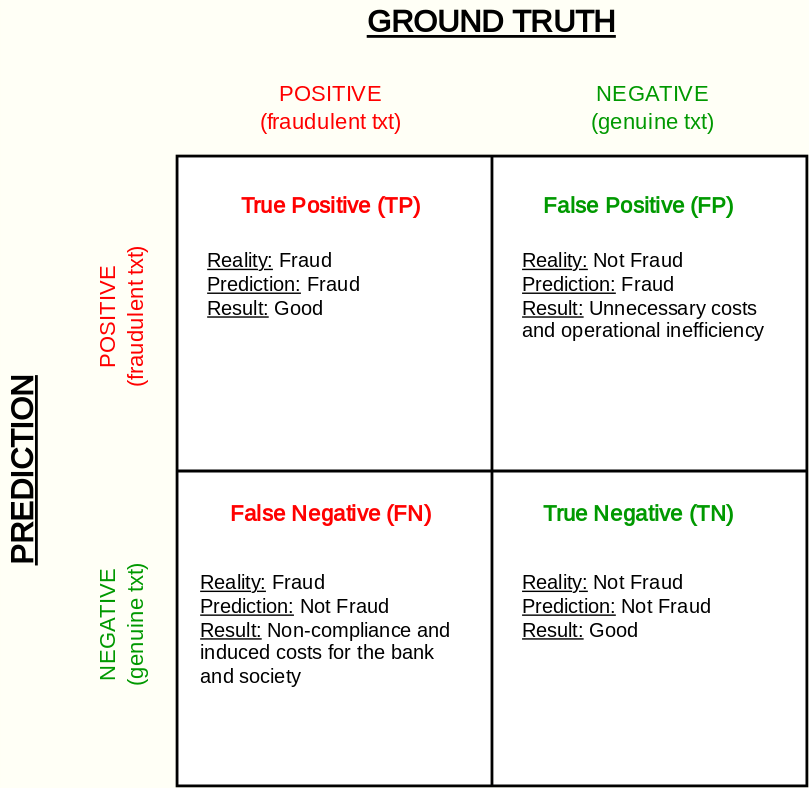
The draw.io diagram img/posts/2025/2025-05-08/confusion-matrix.svg in cesarsotovalero/cesarsotovalero.github.io, before a commit. Source tidied: cells renumbered, new cells last; positions are measured from the earlier drawing's top-left corner, leaving out a move shared by most shapes. The source it was exported from:
```xml
<mxGraphModel background="#FFFFF6">
  <root>
    <mxCell id="0" />
    <mxCell id="1" parent="0" />
    <mxCell id="2" style="rounded=0;whiteSpace=wrap;html=1;fontFamily=Architects Daughter;fontSource=https%3A%2F%2Ffonts.googleapis.com%2Fcss%3Ffamily%3DArchitects%2BDaughter;strokeWidth=2;" parent="1" vertex="1">
      <mxGeometry x="220" y="110" width="450" height="450" as="geometry" />
    </mxCell>
    <mxCell id="3" style="edgeStyle=none;orthogonalLoop=1;jettySize=auto;html=1;rounded=0;fontFamily=Architects Daughter;fontSource=https%3A%2F%2Ffonts.googleapis.com%2Fcss%3Ffamily%3DArchitects%2BDaughter;fontSize=16;startSize=14;endArrow=none;endSize=14;sourcePerimeterSpacing=8;targetPerimeterSpacing=8;curved=1;startFill=0;entryX=0.5;entryY=0;entryDx=0;entryDy=0;exitX=0.5;exitY=1;exitDx=0;exitDy=0;strokeWidth=2;" parent="1" edge="1" source="2" target="2">
      <mxGeometry relative="1" as="geometry" />
    </mxCell>
    <mxCell id="4" style="edgeStyle=none;orthogonalLoop=1;jettySize=auto;html=1;rounded=0;fontFamily=Architects Daughter;fontSource=https%3A%2F%2Ffonts.googleapis.com%2Fcss%3Ffamily%3DArchitects%2BDaughter;fontSize=16;startSize=14;endArrow=none;endSize=14;sourcePerimeterSpacing=8;targetPerimeterSpacing=8;curved=1;startFill=0;entryX=0;entryY=0.5;entryDx=0;entryDy=0;exitX=1;exitY=0.5;exitDx=0;exitDy=0;strokeWidth=2;" parent="1" edge="1" source="2" target="2">
      <mxGeometry relative="1" as="geometry" />
    </mxCell>
    <mxCell id="5" value="&lt;b&gt;True Positive (TP)&lt;/b&gt;" style="text;strokeColor=none;fillColor=none;html=1;align=center;verticalAlign=middle;whiteSpace=wrap;rounded=0;fontSize=16;fontFamily=Architects Daughter;fontSource=https%3A%2F%2Ffonts.googleapis.com%2Fcss%3Ffamily%3DArchitects%2BDaughter;fontColor=#FF0000;" parent="1" vertex="1">
      <mxGeometry x="220" y="130" width="220" height="30" as="geometry" />
    </mxCell>
    <mxCell id="6" value="&lt;b&gt;False Positive (FP)&lt;/b&gt;" style="text;strokeColor=none;fillColor=none;html=1;align=center;verticalAlign=middle;whiteSpace=wrap;rounded=0;fontSize=16;fontFamily=Architects Daughter;fontSource=https%3A%2F%2Ffonts.googleapis.com%2Fcss%3Ffamily%3DArchitects%2BDaughter;fontColor=#009900;" parent="1" vertex="1">
      <mxGeometry x="440" y="130" width="220" height="30" as="geometry" />
    </mxCell>
    <mxCell id="7" value="&lt;b&gt;False Negative (FN)&lt;/b&gt;" style="text;strokeColor=none;fillColor=none;html=1;align=center;verticalAlign=middle;whiteSpace=wrap;rounded=0;fontSize=16;fontFamily=Architects Daughter;fontSource=https%3A%2F%2Ffonts.googleapis.com%2Fcss%3Ffamily%3DArchitects%2BDaughter;fontColor=#FF0000;" parent="1" vertex="1">
      <mxGeometry x="220" y="350" width="220" height="30" as="geometry" />
    </mxCell>
    <mxCell id="8" value="&lt;b&gt;True Negative (TN)&lt;/b&gt;" style="text;strokeColor=none;fillColor=none;html=1;align=center;verticalAlign=middle;whiteSpace=wrap;rounded=0;fontSize=16;fontFamily=Architects Daughter;fontSource=https%3A%2F%2Ffonts.googleapis.com%2Fcss%3Ffamily%3DArchitects%2BDaughter;fontColor=#009900;" parent="1" vertex="1">
      <mxGeometry x="440" y="350" width="220" height="30" as="geometry" />
    </mxCell>
    <mxCell id="9" value="&lt;b&gt;GROUND TRUTH&lt;/b&gt;" style="text;strokeColor=none;fillColor=none;html=1;align=center;verticalAlign=middle;whiteSpace=wrap;rounded=0;fontSize=22;fontFamily=Architects Daughter;fontSource=https%3A%2F%2Ffonts.googleapis.com%2Fcss%3Ffamily%3DArchitects%2BDaughter;fontStyle=4;" parent="1" vertex="1">
      <mxGeometry x="335" width="220" height="30" as="geometry" />
    </mxCell>
    <mxCell id="10" value="&lt;b&gt;PREDICTION&lt;/b&gt;" style="text;strokeColor=none;fillColor=none;html=1;align=center;verticalAlign=middle;whiteSpace=wrap;rounded=0;fontSize=22;fontFamily=Architects Daughter;fontSource=https%3A%2F%2Ffonts.googleapis.com%2Fcss%3Ffamily%3DArchitects%2BDaughter;rotation=-90;fontStyle=4;" parent="1" vertex="1">
      <mxGeometry y="320" width="220" height="30" as="geometry" />
    </mxCell>
    <mxCell id="11" value="&lt;div&gt;&lt;span&gt;POSITIVE&lt;/span&gt;&lt;/div&gt;&lt;div&gt;&lt;span&gt;(fraudulent txt)&lt;/span&gt;&lt;/div&gt;" style="text;strokeColor=none;fillColor=none;html=1;align=center;verticalAlign=middle;whiteSpace=wrap;rounded=0;fontSize=16;fontFamily=Architects Daughter;fontSource=https%3A%2F%2Ffonts.googleapis.com%2Fcss%3Ffamily%3DArchitects%2BDaughter;fontStyle=0;fontColor=#FF0000;" parent="1" vertex="1">
      <mxGeometry x="220" y="60" width="220" height="30" as="geometry" />
    </mxCell>
    <mxCell id="12" value="&lt;div&gt;&lt;span&gt;NEGATIVE&lt;/span&gt;&lt;/div&gt;&lt;div&gt;&lt;span&gt;(genuine txt)&lt;/span&gt;&lt;/div&gt;" style="text;strokeColor=none;fillColor=none;html=1;align=center;verticalAlign=middle;whiteSpace=wrap;rounded=0;fontSize=16;fontFamily=Architects Daughter;fontSource=https%3A%2F%2Ffonts.googleapis.com%2Fcss%3Ffamily%3DArchitects%2BDaughter;fontStyle=0;fontColor=#009900;" parent="1" vertex="1">
      <mxGeometry x="450" y="60" width="220" height="30" as="geometry" />
    </mxCell>
    <mxCell id="13" value="&lt;div&gt;&lt;span&gt;POSITIVE&lt;/span&gt;&lt;/div&gt;&lt;div&gt;&lt;span&gt;(fraudulent txt)&lt;/span&gt;&lt;/div&gt;" style="text;strokeColor=none;fillColor=none;html=1;align=center;verticalAlign=middle;whiteSpace=wrap;rounded=0;fontSize=16;fontFamily=Architects Daughter;fontSource=https%3A%2F%2Ffonts.googleapis.com%2Fcss%3Ffamily%3DArchitects%2BDaughter;fontStyle=0;rotation=-90;fontColor=#FF0000;" parent="1" vertex="1">
      <mxGeometry x="70" y="210" width="220" height="30" as="geometry" />
    </mxCell>
    <mxCell id="14" value="&lt;div&gt;&lt;span&gt;NEGATIVE&lt;/span&gt;&lt;/div&gt;&lt;div&gt;&lt;span&gt;(genuine txt)&lt;/span&gt;&lt;/div&gt;" style="text;strokeColor=none;fillColor=none;html=1;align=center;verticalAlign=middle;whiteSpace=wrap;rounded=0;fontSize=16;fontFamily=Architects Daughter;fontSource=https%3A%2F%2Ffonts.googleapis.com%2Fcss%3Ffamily%3DArchitects%2BDaughter;fontStyle=0;rotation=-90;fontColor=#009900;" parent="1" vertex="1">
      <mxGeometry x="70" y="430" width="220" height="30" as="geometry" />
    </mxCell>
    <mxCell id="15" value="&lt;div&gt;&lt;u&gt;Reality:&lt;/u&gt; Fraud&lt;/div&gt;&lt;div&gt;&lt;u&gt;Prediction:&lt;/u&gt; Fraud&lt;/div&gt;&lt;div&gt;&lt;u&gt;Result:&lt;/u&gt; Good&lt;/div&gt;" style="text;strokeColor=none;fillColor=none;html=1;align=left;verticalAlign=top;whiteSpace=wrap;rounded=0;fontSize=14;fontFamily=Architects Daughter;fontSource=https%3A%2F%2Ffonts.googleapis.com%2Fcss%3Ffamily%3DArchitects%2BDaughter;spacingTop=0;spacing=2;" parent="1" vertex="1">
      <mxGeometry x="240" y="170" width="190" height="150" as="geometry" />
    </mxCell>
    <mxCell id="16" value="&lt;div&gt;&lt;u&gt;Reality:&lt;/u&gt; Not Fraud&lt;/div&gt;&lt;div&gt;&lt;u&gt;Prediction:&lt;/u&gt; Fraud&lt;/div&gt;&lt;div&gt;&lt;u&gt;Result:&lt;/u&gt; Unnecessary costs and operational inefficiency&lt;/div&gt;" style="text;strokeColor=none;fillColor=none;html=1;align=left;verticalAlign=top;whiteSpace=wrap;rounded=0;fontSize=14;fontFamily=Architects Daughter;fontSource=https%3A%2F%2Ffonts.googleapis.com%2Fcss%3Ffamily%3DArchitects%2BDaughter;spacingTop=0;spacing=2;" parent="1" vertex="1">
      <mxGeometry x="465" y="170" width="190" height="150" as="geometry" />
    </mxCell>
    <mxCell id="17" value="&lt;div&gt;&lt;u&gt;Reality:&lt;/u&gt; Fraud&lt;/div&gt;&lt;div&gt;&lt;u&gt;Prediction:&lt;/u&gt; Not Fraud&lt;/div&gt;&lt;div&gt;&lt;u&gt;Result:&lt;/u&gt; Non-compliance and induced costs for the bank and society&lt;/div&gt;" style="text;strokeColor=none;fillColor=none;html=1;align=left;verticalAlign=top;whiteSpace=wrap;rounded=0;fontSize=14;fontFamily=Architects Daughter;fontSource=https%3A%2F%2Ffonts.googleapis.com%2Fcss%3Ffamily%3DArchitects%2BDaughter;spacingTop=0;spacing=2;" parent="1" vertex="1">
      <mxGeometry x="235" y="400" width="190" height="150" as="geometry" />
    </mxCell>
    <mxCell id="18" value="&lt;div&gt;&lt;u&gt;Reality:&lt;/u&gt; Not Fraud&lt;/div&gt;&lt;div&gt;&lt;u&gt;Prediction:&lt;/u&gt; Not Fraud&lt;/div&gt;&lt;div&gt;&lt;u&gt;Result:&lt;/u&gt; Good&lt;/div&gt;" style="text;strokeColor=none;fillColor=none;html=1;align=left;verticalAlign=top;whiteSpace=wrap;rounded=0;fontSize=14;fontFamily=Architects Daughter;fontSource=https%3A%2F%2Ffonts.googleapis.com%2Fcss%3Ffamily%3DArchitects%2BDaughter;spacingTop=0;spacing=2;" parent="1" vertex="1">
      <mxGeometry x="465" y="400" width="190" height="150" as="geometry" />
    </mxCell>
  </root>
</mxGraphModel>
```
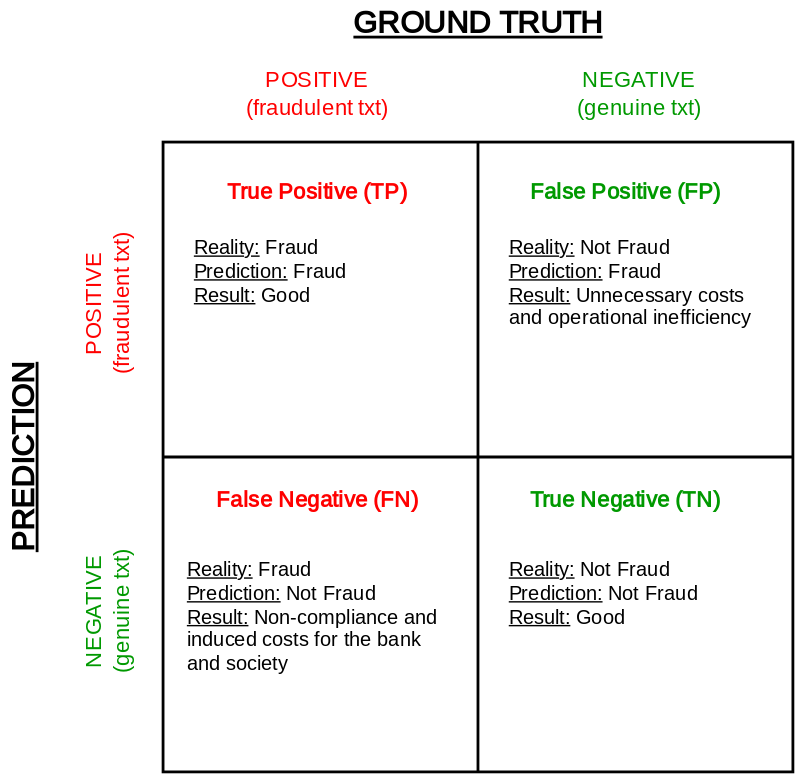
Above is the later version.

Diff of the diagram source:
```diff
@@ -5,12 +5,12 @@
     <mxCell id="2" style="rounded=0;whiteSpace=wrap;html=1;fontFamily=Architects Daughter;fontSource=https%3A%2F%2Ffonts.googleapis.com%2Fcss%3Ffamily%3DArchitects%2BDaughter;strokeWidth=2;" parent="1" vertex="1">
       <mxGeometry x="220" y="110" width="450" height="450" as="geometry" />
     </mxCell>
-    <mxCell id="3" style="edgeStyle=none;orthogonalLoop=1;jettySize=auto;html=1;rounded=0;fontFamily=Architects Daughter;fontSource=https%3A%2F%2Ffonts.googleapis.com%2Fcss%3Ffamily%3DArchitects%2BDaughter;fontSize=16;startSize=14;endArrow=none;endSize=14;sourcePerimeterSpacing=8;targetPerimeterSpacing=8;curved=1;startFill=0;entryX=0.5;entryY=0;entryDx=0;entryDy=0;exitX=0.5;exitY=1;exitDx=0;exitDy=0;strokeWidth=2;" parent="1" edge="1" source="2" target="2">
-      <mxGeometry relative="1" as="geometry" />
-    </mxCell>
-    <mxCell id="4" style="edgeStyle=none;orthogonalLoop=1;jettySize=auto;html=1;rounded=0;fontFamily=Architects Daughter;fontSource=https%3A%2F%2Ffonts.googleapis.com%2Fcss%3Ffamily%3DArchitects%2BDaughter;fontSize=16;startSize=14;endArrow=none;endSize=14;sourcePerimeterSpacing=8;targetPerimeterSpacing=8;curved=1;startFill=0;entryX=0;entryY=0.5;entryDx=0;entryDy=0;exitX=1;exitY=0.5;exitDx=0;exitDy=0;strokeWidth=2;" parent="1" edge="1" source="2" target="2">
-      <mxGeometry relative="1" as="geometry" />
-    </mxCell>
+    <mxCell id="19" style="edgeStyle=none;orthogonalLoop=1;jettySize=auto;html=1;rounded=0;fontFamily=Architects Daughter;fontSource=https%3A%2F%2Ffonts.googleapis.com%2Fcss%3Ffamily%3DArchitects%2BDaughter;fontSize=16;startSize=14;endArrow=none;endSize=14;sourcePerimeterSpacing=8;targetPerimeterSpacing=8;curved=1;startFill=0;entryX=0.5;entryY=0;entryDx=0;entryDy=0;exitX=0.5;exitY=1;exitDx=0;exitDy=0;strokeWidth=2;" parent="1" edge="1" source="2" target="2">
+      <mxGeometry relative="1" as="geometry" />
+    </mxCell>
+    <mxCell id="20" style="edgeStyle=none;orthogonalLoop=1;jettySize=auto;html=1;rounded=0;fontFamily=Architects Daughter;fontSource=https%3A%2F%2Ffonts.googleapis.com%2Fcss%3Ffamily%3DArchitects%2BDaughter;fontSize=16;startSize=14;endArrow=none;endSize=14;sourcePerimeterSpacing=8;targetPerimeterSpacing=8;curved=1;startFill=0;entryX=0;entryY=0.5;entryDx=0;entryDy=0;exitX=1;exitY=0.5;exitDx=0;exitDy=0;strokeWidth=2;" parent="1" edge="1" source="2" target="2">
+      <mxGeometry relative="1" as="geometry" />
+    </mxCell>
     <mxCell id="5" value="&lt;b&gt;True Positive (TP)&lt;/b&gt;" style="text;strokeColor=none;fillColor=none;html=1;align=center;verticalAlign=middle;whiteSpace=wrap;rounded=0;fontSize=16;fontFamily=Architects Daughter;fontSource=https%3A%2F%2Ffonts.googleapis.com%2Fcss%3Ffamily%3DArchitects%2BDaughter;fontColor=#FF0000;" parent="1" vertex="1">
       <mxGeometry x="220" y="130" width="220" height="30" as="geometry" />
     </mxCell>
@@ -24,10 +24,10 @@
       <mxGeometry x="440" y="350" width="220" height="30" as="geometry" />
     </mxCell>
     <mxCell id="9" value="&lt;b&gt;GROUND TRUTH&lt;/b&gt;" style="text;strokeColor=none;fillColor=none;html=1;align=center;verticalAlign=middle;whiteSpace=wrap;rounded=0;fontSize=22;fontFamily=Architects Daughter;fontSource=https%3A%2F%2Ffonts.googleapis.com%2Fcss%3Ffamily%3DArchitects%2BDaughter;fontStyle=4;" parent="1" vertex="1">
-      <mxGeometry x="335" width="220" height="30" as="geometry" />
+      <mxGeometry x="335" y="10" width="220" height="30" as="geometry" />
     </mxCell>
     <mxCell id="10" value="&lt;b&gt;PREDICTION&lt;/b&gt;" style="text;strokeColor=none;fillColor=none;html=1;align=center;verticalAlign=middle;whiteSpace=wrap;rounded=0;fontSize=22;fontFamily=Architects Daughter;fontSource=https%3A%2F%2Ffonts.googleapis.com%2Fcss%3Ffamily%3DArchitects%2BDaughter;rotation=-90;fontStyle=4;" parent="1" vertex="1">
-      <mxGeometry y="320" width="220" height="30" as="geometry" />
+      <mxGeometry x="10" y="320" width="220" height="30" as="geometry" />
     </mxCell>
     <mxCell id="11" value="&lt;div&gt;&lt;span&gt;POSITIVE&lt;/span&gt;&lt;/div&gt;&lt;div&gt;&lt;span&gt;(fraudulent txt)&lt;/span&gt;&lt;/div&gt;" style="text;strokeColor=none;fillColor=none;html=1;align=center;verticalAlign=middle;whiteSpace=wrap;rounded=0;fontSize=16;fontFamily=Architects Daughter;fontSource=https%3A%2F%2Ffonts.googleapis.com%2Fcss%3Ffamily%3DArchitects%2BDaughter;fontStyle=0;fontColor=#FF0000;" parent="1" vertex="1">
       <mxGeometry x="220" y="60" width="220" height="30" as="geometry" />
```
